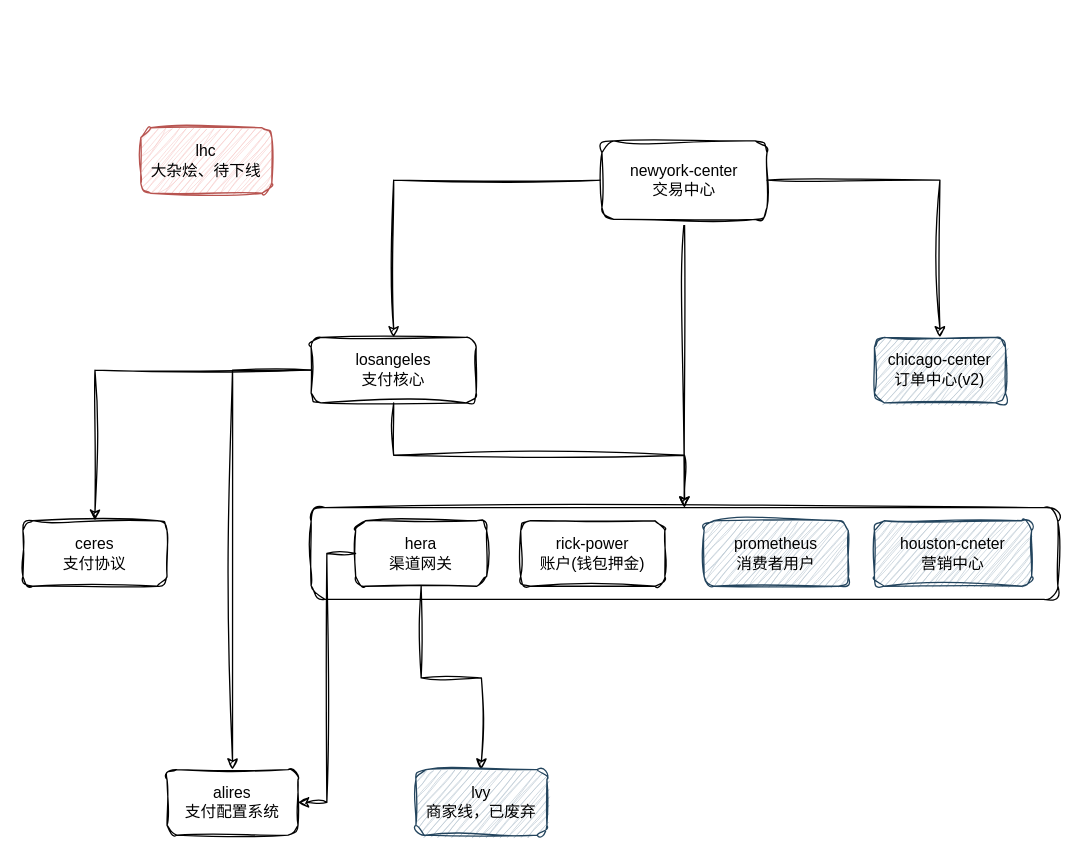
The draw.io diagram 支付业务.drawio in 330129161/draw.io, before the edit. Source tidied: cells renumbered, new cells numbered last; positions are measured from the earlier drawing's top-left corner, leaving out a move shared by most shapes. Both pictures are drawn from the tidied source at 131%, with x=0, y=0 at pixel (22, 127).
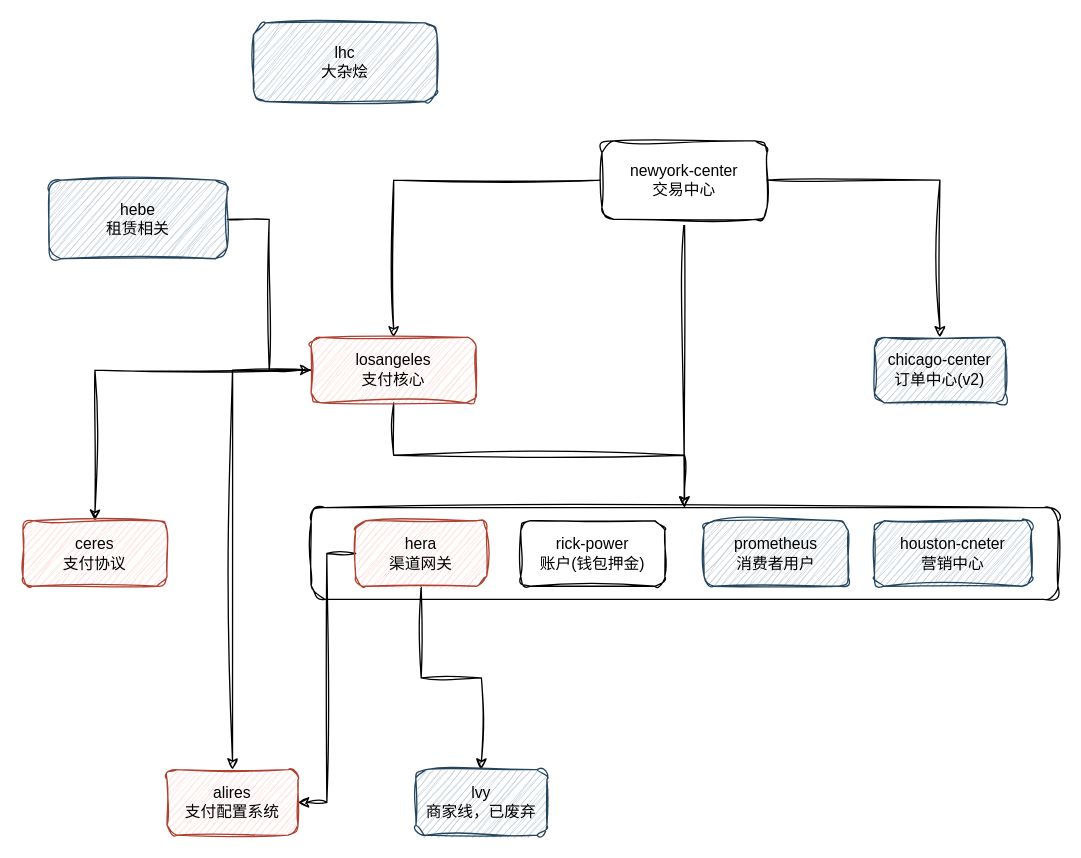
Above is the later version.

Commit message (it also covers changes not shown here):
更新支付业务.drawio

What changed in the source:
```diff
@@
-    <mxCell id="10" value="losangeles&lt;br&gt;支付核心" style="rounded=1;whiteSpace=wrap;html=1;sketch=1;curveFitting=1;jiggle=2;" parent="1" vertex="1">
+    <mxCell id="10" value="losangeles&lt;br&gt;支付核心" style="rounded=1;whiteSpace=wrap;html=1;sketch=1;curveFitting=1;jiggle=2;fillColor=#fad9d5;strokeColor=#ae4132;" parent="1" vertex="1">
       <mxGeometry x="220" y="160" width="126" height="50" as="geometry" />
     </mxCell>
@@
-    <mxCell id="13" value="hera&lt;br&gt;渠道网关" style="rounded=1;whiteSpace=wrap;html=1;sketch=1;curveFitting=1;jiggle=2;" parent="1" vertex="1">
+    <mxCell id="13" value="hera&lt;br&gt;渠道网关" style="rounded=1;whiteSpace=wrap;html=1;sketch=1;curveFitting=1;jiggle=2;fillColor=#fad9d5;strokeColor=#ae4132;" parent="1" vertex="1">
       <mxGeometry x="254" y="300" width="100" height="50" as="geometry" />
     </mxCell>
-    <mxCell id="14" value="lhc&lt;br&gt;大杂烩、待下线" style="rounded=1;whiteSpace=wrap;html=1;sketch=1;curveFitting=1;jiggle=2;fillColor=#f8cecc;strokeColor=#b85450;" parent="1" vertex="1">
-      <mxGeometry x="90" width="100" height="50" as="geometry" />
+    <mxCell id="14" value="lhc&lt;br&gt;大杂烩" style="rounded=1;whiteSpace=wrap;html=1;sketch=1;curveFitting=1;jiggle=2;fillColor=#bac8d3;strokeColor=#23445d;" parent="1" vertex="1">
+      <mxGeometry x="176" y="-80" width="140" height="60" as="geometry" />
     </mxCell>
-    <mxCell id="15" value="ceres&lt;br&gt;支付协议" style="rounded=1;whiteSpace=wrap;html=1;sketch=1;curveFitting=1;jiggle=2;" parent="1" vertex="1">
+    <mxCell id="15" value="ceres&lt;br&gt;支付协议" style="rounded=1;whiteSpace=wrap;html=1;sketch=1;curveFitting=1;jiggle=2;fillColor=#fad9d5;strokeColor=#ae4132;" parent="1" vertex="1">
       <mxGeometry y="300" width="110" height="50" as="geometry" />
     </mxCell>
-    <mxCell id="16" value="alires&lt;br&gt;支付配置系统" style="rounded=1;whiteSpace=wrap;html=1;sketch=1;curveFitting=1;jiggle=2;" parent="1" vertex="1">
+    <mxCell id="16" value="alires&lt;br&gt;支付配置系统" style="rounded=1;whiteSpace=wrap;html=1;sketch=1;curveFitting=1;jiggle=2;fillColor=#fad9d5;strokeColor=#ae4132;" parent="1" vertex="1">
       <mxGeometry x="110" y="490" width="100" height="50" as="geometry" />
     </mxCell>
@@
+    <mxCell id="22" style="edgeStyle=orthogonalEdgeStyle;rounded=0;jettySize=auto;html=1;entryX=0;entryY=0.5;entryDx=0;entryDy=0;sketch=1;curveFitting=1;jiggle=2;" parent="1" edge="1" source="23" target="10">
+      <mxGeometry relative="1" as="geometry" />
+    </mxCell>
+    <mxCell id="23" value="hebe&lt;br&gt;租赁相关" style="rounded=1;whiteSpace=wrap;html=1;sketch=1;curveFitting=1;jiggle=2;fillColor=#bac8d3;strokeColor=#23445d;" parent="1" vertex="1">
+      <mxGeometry x="20" y="40" width="136" height="60" as="geometry" />
+    </mxCell>
```
